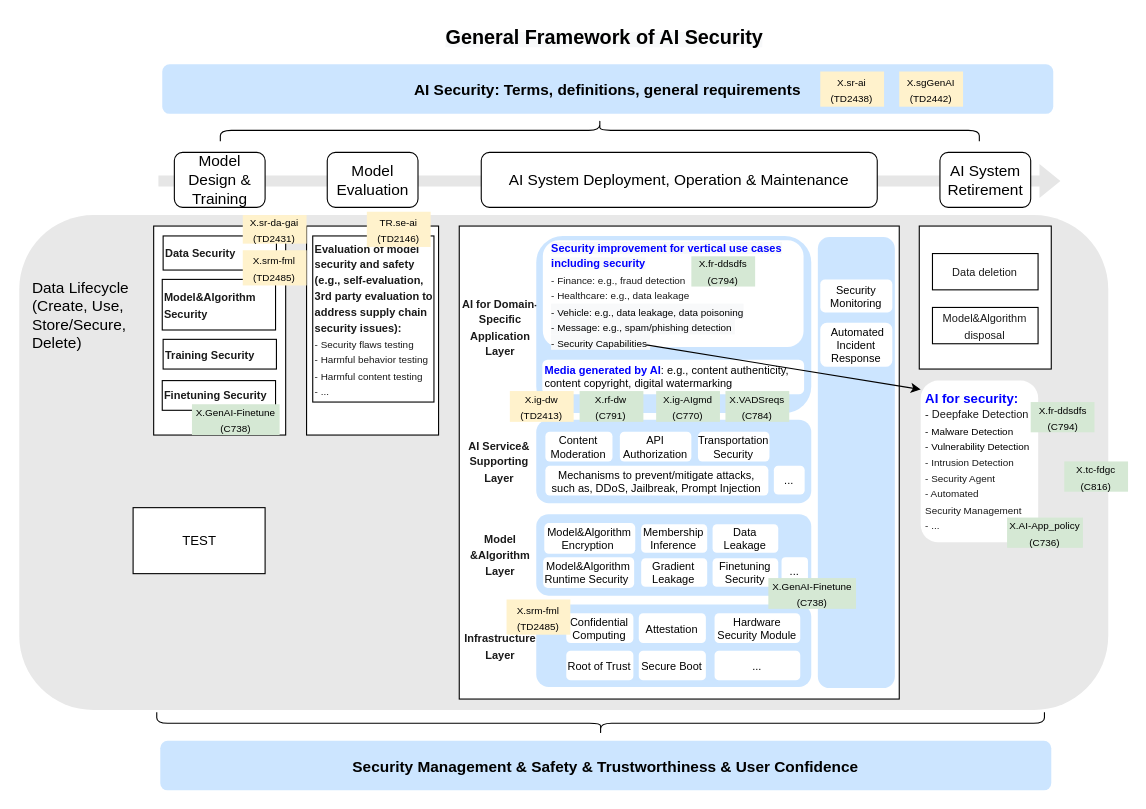
Above: page "v0.7" (4 of 4) of incubation/AI and Generative AI/general framework/map/SG17 AI Security Map General Framework.drawio in openitu/sg17collab (draw.io), before the change. Source tidied: cells renumbered, new cells numbered last; positions are measured from the earlier drawing's top-left corner, leaving out a move shared by most shapes. Both pictures are drawn from the tidied source at 110%, with x=0, y=0 at pixel (19, -250).
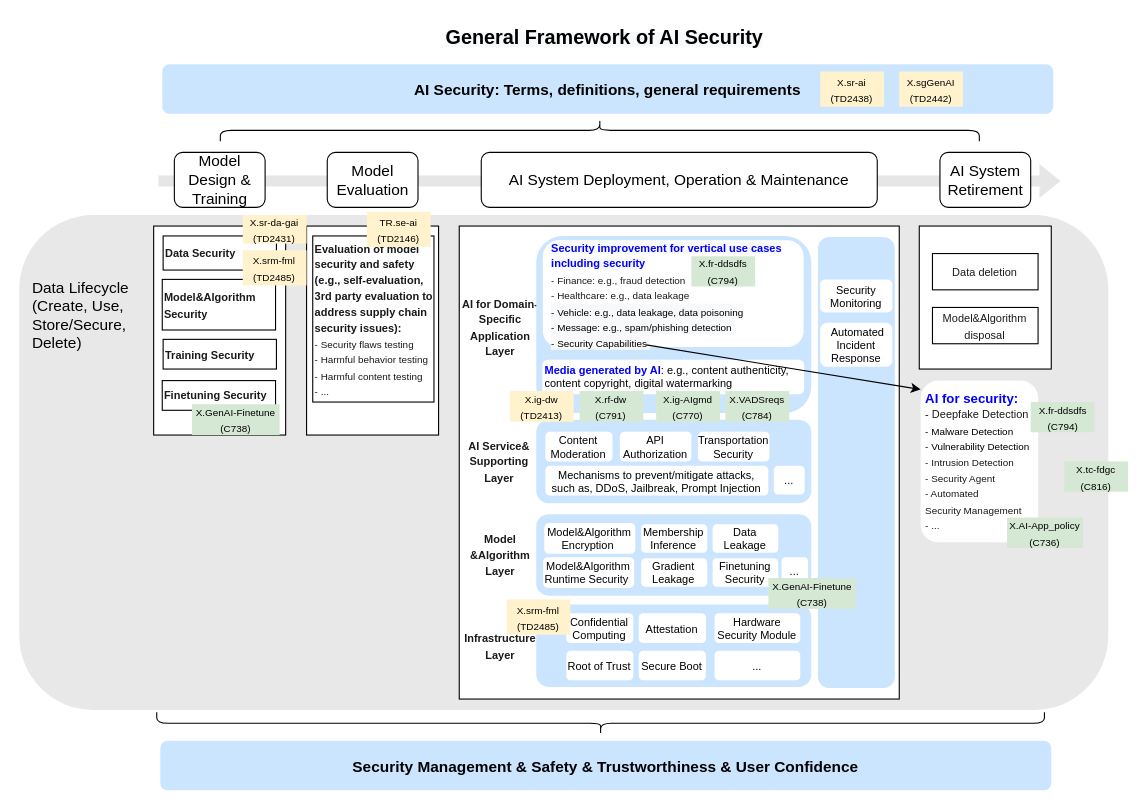
The same page after the edit.

Change to the diagram source:
```diff
@@
-    <mxCell id="76" value="TEST" style="rounded=0;whiteSpace=wrap;html=1;" parent="1" vertex="1">
-      <mxGeometry x="103.5" y="688" width="120" height="60" as="geometry" />
-    </mxCell>
```
